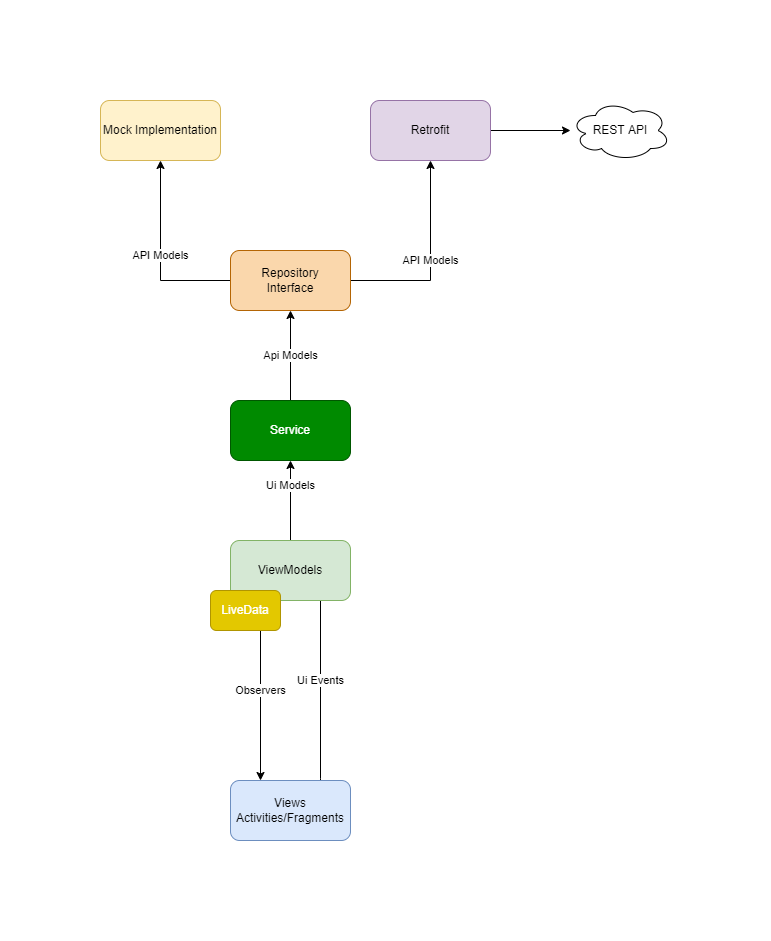
motaur/Heros keeps this draw.io diagram as arch.png. Above is the earlier version. Source tidied: cells renumbered, new cells last; positions are measured from the earlier drawing's top-left corner, leaving out a move shared by most shapes.
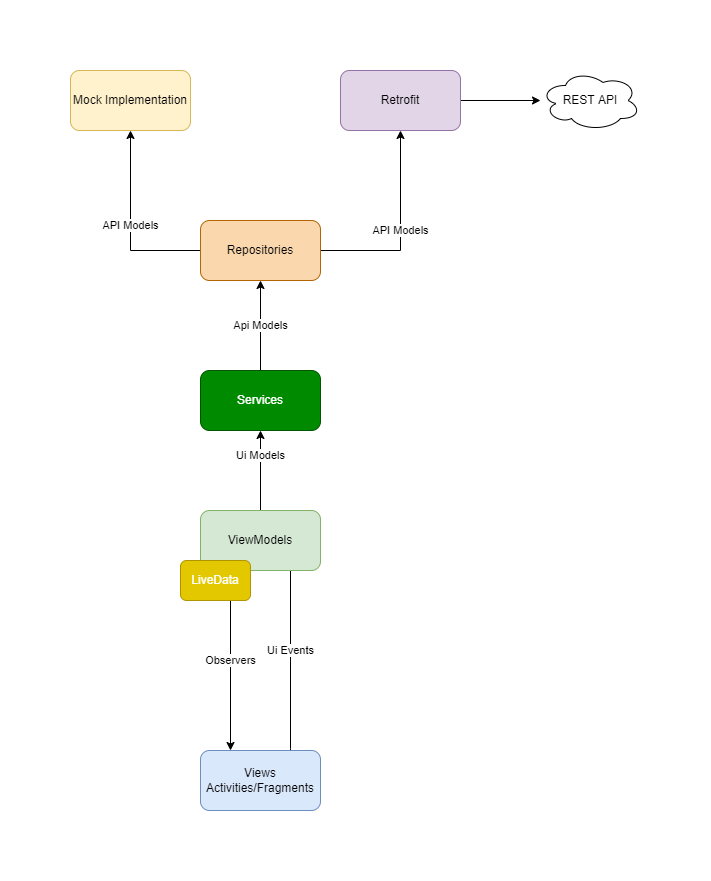
After the commit.

Commit message:
added arch img

Change to the diagram source:
```diff
@@ -27,13 +27,13 @@
     <mxCell id="7" value="API Models" style="edgeStyle=orthogonalEdgeStyle;rounded=0;jettySize=auto;html=1;entryX=0.5;entryY=1;entryDx=0;entryDy=0;" parent="1" edge="1" source="8" target="11">
       <mxGeometry relative="1" as="geometry" />
     </mxCell>
-    <mxCell id="8" value="Repository&lt;br&gt;Interface" style="rounded=1;whiteSpace=wrap;html=1;fillColor=#fad7ac;strokeColor=#b46504;" parent="1" vertex="1">
+    <mxCell id="8" value="Repositories" style="rounded=1;whiteSpace=wrap;html=1;fillColor=#fad7ac;strokeColor=#b46504;" parent="1" vertex="1">
       <mxGeometry x="130" y="150" width="120" height="60" as="geometry" />
     </mxCell>
     <mxCell id="9" value="Api Models" style="edgeStyle=orthogonalEdgeStyle;rounded=0;jettySize=auto;html=1;" parent="1" edge="1" source="10" target="8">
       <mxGeometry relative="1" as="geometry" />
     </mxCell>
-    <mxCell id="10" value="Service" style="rounded=1;whiteSpace=wrap;html=1;fillColor=#008a00;strokeColor=#005700;fontColor=#ffffff;" parent="1" vertex="1">
+    <mxCell id="10" value="Services" style="rounded=1;whiteSpace=wrap;html=1;fillColor=#008a00;strokeColor=#005700;fontColor=#ffffff;" parent="1" vertex="1">
       <mxGeometry x="130" y="300" width="120" height="60" as="geometry" />
     </mxCell>
     <mxCell id="11" value="Mock Implementation" style="rounded=1;whiteSpace=wrap;html=1;fillColor=#fff2cc;strokeColor=#d6b656;" parent="1" vertex="1">
```
